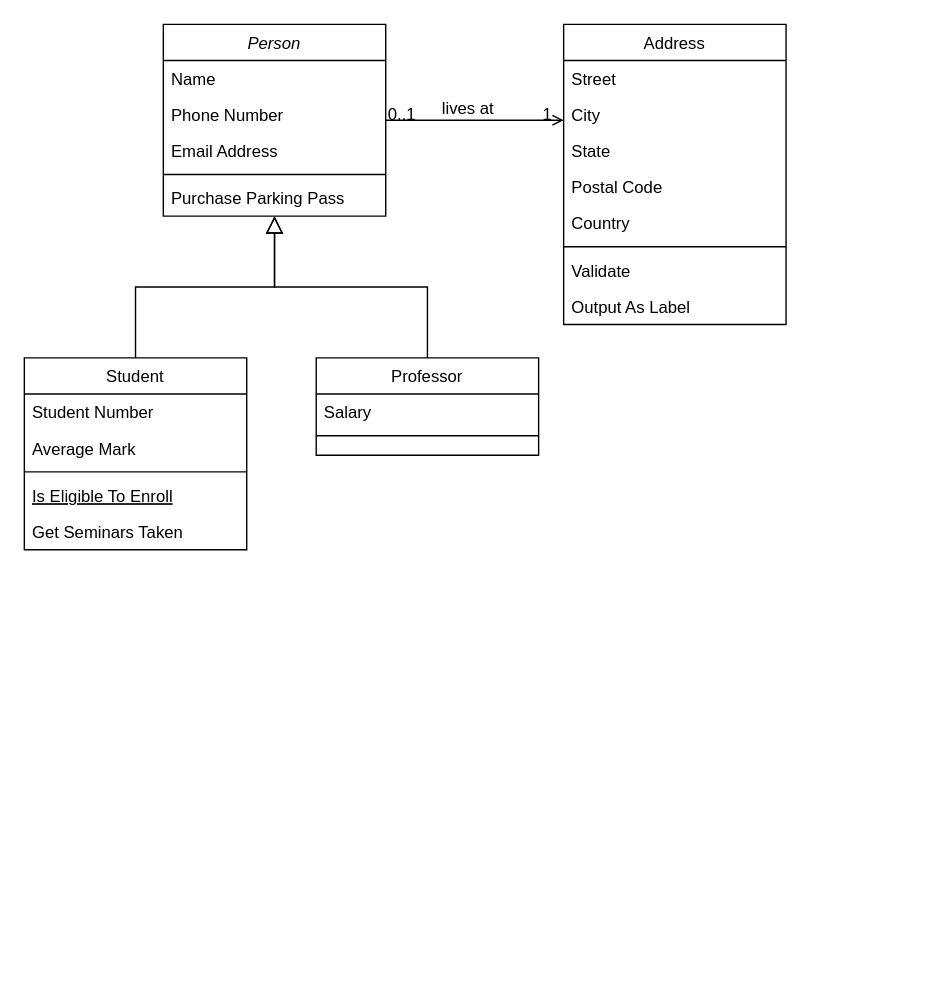
Earlier version of the draw.io diagram Diagrama_pf_movweb.drawio (lourdesvaca/ProgramacionAplicacionesMovilesI-20241). Source tidied: cells renumbered, new cells numbered last; positions are measured from the earlier drawing's top-left corner, leaving out a move shared by most shapes. Both pictures are drawn from the tidied source at 139%, with x=0, y=0 at pixel (24, 24).
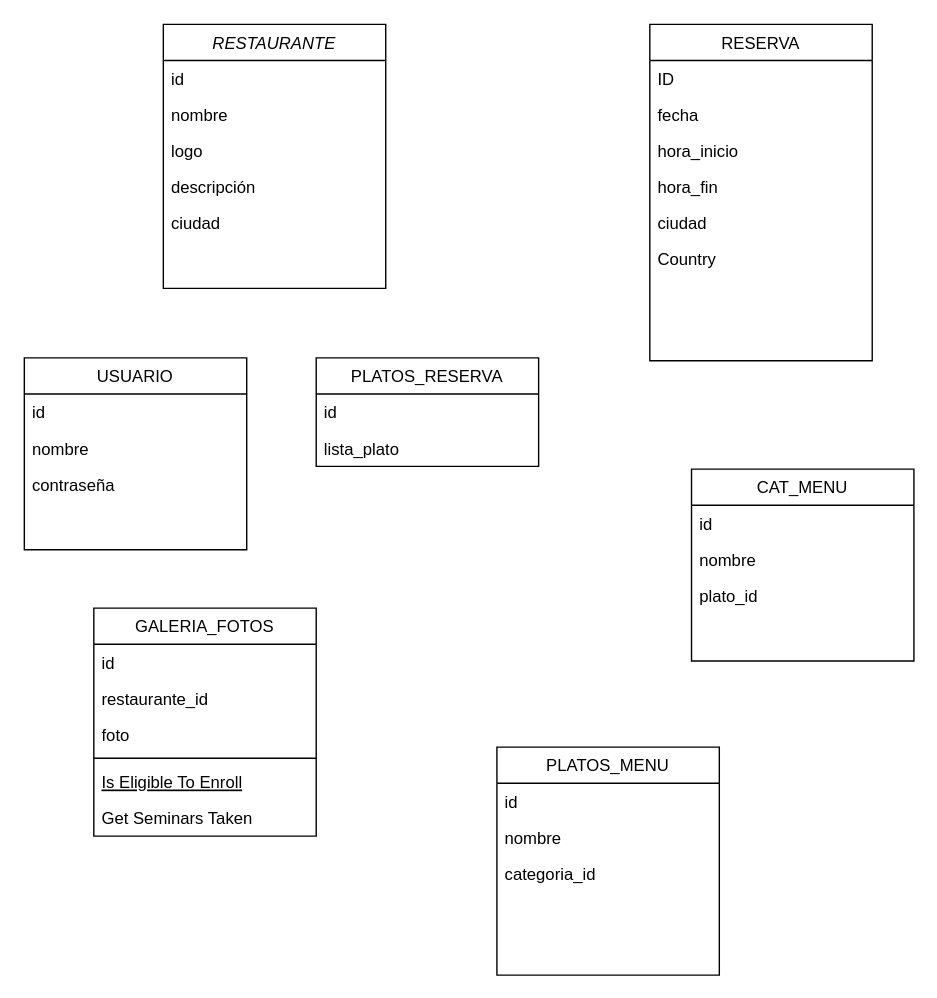
The same page after the edit.

Change to the diagram source:
```diff
@@
-    <mxCell id="2" value="Person" style="swimlane;fontStyle=2;align=center;verticalAlign=top;horizontal=1;startSize=26;rounded=0;shadow=0;strokeWidth=1;" parent="1" vertex="1">
-      <mxGeometry x="100" width="160" height="138" as="geometry" />
+    <mxCell id="2" value="RESTAURANTE" style="swimlane;fontStyle=2;align=center;verticalAlign=top;horizontal=1;startSize=26;rounded=0;shadow=0;strokeWidth=1;" parent="1" vertex="1">
+      <mxGeometry x="100" width="160" height="190" as="geometry" />
     </mxCell>
-    <mxCell id="3" value="Name" style="text;align=left;verticalAlign=top;spacingLeft=4;spacingRight=4;overflow=hidden;" parent="2" vertex="1">
+    <mxCell id="3" value="id" style="text;align=left;verticalAlign=top;spacingLeft=4;spacingRight=4;overflow=hidden;" parent="2" vertex="1">
       <mxGeometry y="26" width="160" height="26" as="geometry" />
     </mxCell>
+    <mxCell id="32" value="nombre" style="text;align=left;verticalAlign=top;spacingLeft=4;spacingRight=4;overflow=hidden;rounded=0;shadow=0;html=0;" parent="2" vertex="1">
+      <mxGeometry y="52" width="160" height="26" as="geometry" />
+    </mxCell>
+    <mxCell id="33" value="logo" style="text;align=left;verticalAlign=top;spacingLeft=4;spacingRight=4;overflow=hidden;rounded=0;shadow=0;html=0;" parent="2" vertex="1">
+      <mxGeometry y="78" width="160" height="26" as="geometry" />
+    </mxCell>
-    <mxCell id="4" value="Phone Number" style="text;align=left;verticalAlign=top;spacingLeft=4;spacingRight=4;overflow=hidden;rounded=0;shadow=0;html=0;" parent="2" vertex="1">
-      <mxGeometry y="52" width="160" height="26" as="geometry" />
+    <mxCell id="4" value="descripción" style="text;align=left;verticalAlign=top;spacingLeft=4;spacingRight=4;overflow=hidden;rounded=0;shadow=0;html=0;" parent="2" vertex="1">
+      <mxGeometry y="104" width="160" height="26" as="geometry" />
     </mxCell>
-    <mxCell id="5" value="Email Address" style="text;align=left;verticalAlign=top;spacingLeft=4;spacingRight=4;overflow=hidden;rounded=0;shadow=0;html=0;" parent="2" vertex="1">
-      <mxGeometry y="78" width="160" height="26" as="geometry" />
+    <mxCell id="5" value="ciudad" style="text;align=left;verticalAlign=top;spacingLeft=4;spacingRight=4;overflow=hidden;rounded=0;shadow=0;html=0;" parent="2" vertex="1">
+      <mxGeometry y="130" width="160" height="26" as="geometry" />
     </mxCell>
-    <mxCell id="6" style="line;html=1;strokeWidth=1;align=left;verticalAlign=middle;spacingTop=-1;spacingLeft=3;spacingRight=3;labelPosition=right;" parent="2" vertex="1">
-      <mxGeometry y="104" width="160" height="8" as="geometry" />
-    </mxCell>
-    <mxCell id="7" value="Purchase Parking Pass" style="text;align=left;verticalAlign=top;spacingLeft=4;spacingRight=4;overflow=hidden;" parent="2" vertex="1">
-      <mxGeometry y="112" width="160" height="26" as="geometry" />
-    </mxCell>
-    <mxCell id="8" value="Student" style="swimlane;fontStyle=0;align=center;verticalAlign=top;horizontal=1;startSize=26;rounded=0;shadow=0;strokeWidth=1;" parent="1" vertex="1">
+    <mxCell id="8" value="USUARIO" style="swimlane;fontStyle=0;align=center;verticalAlign=top;horizontal=1;startSize=26;rounded=0;shadow=0;strokeWidth=1;" parent="1" vertex="1">
       <mxGeometry y="240" width="160" height="138" as="geometry" />
     </mxCell>
-    <mxCell id="9" value="Student Number" style="text;align=left;verticalAlign=top;spacingLeft=4;spacingRight=4;overflow=hidden;" parent="8" vertex="1">
+    <mxCell id="9" value="id" style="text;align=left;verticalAlign=top;spacingLeft=4;spacingRight=4;overflow=hidden;" parent="8" vertex="1">
       <mxGeometry y="26" width="160" height="26" as="geometry" />
     </mxCell>
-    <mxCell id="10" value="Average Mark" style="text;align=left;verticalAlign=top;spacingLeft=4;spacingRight=4;overflow=hidden;rounded=0;shadow=0;html=0;" parent="8" vertex="1">
+    <mxCell id="10" value="nombre" style="text;align=left;verticalAlign=top;spacingLeft=4;spacingRight=4;overflow=hidden;rounded=0;shadow=0;html=0;" parent="8" vertex="1">
       <mxGeometry y="52" width="160" height="26" as="geometry" />
     </mxCell>
-    <mxCell id="11" style="line;html=1;strokeWidth=1;align=left;verticalAlign=middle;spacingTop=-1;spacingLeft=3;spacingRight=3;labelPosition=right;" parent="8" vertex="1">
-      <mxGeometry y="78" width="160" height="8" as="geometry" />
-    </mxCell>
-    <mxCell id="12" value="Is Eligible To Enroll" style="text;align=left;verticalAlign=top;spacingLeft=4;spacingRight=4;overflow=hidden;fontStyle=4;" parent="8" vertex="1">
-      <mxGeometry y="86" width="160" height="26" as="geometry" />
+    <mxCell id="12" value="contraseña" style="text;align=left;verticalAlign=top;spacingLeft=4;spacingRight=4;overflow=hidden;fontStyle=0;" parent="8" vertex="1">
+      <mxGeometry y="78" width="160" height="26" as="geometry" />
     </mxCell>
-    <mxCell id="13" value="Get Seminars Taken" style="text;align=left;verticalAlign=top;spacingLeft=4;spacingRight=4;overflow=hidden;" parent="8" vertex="1">
-      <mxGeometry y="112" width="160" height="26" as="geometry" />
-    </mxCell>
-    <mxCell id="14" style="endArrow=block;endSize=10;endFill=0;shadow=0;strokeWidth=1;rounded=0;curved=0;edgeStyle=elbowEdgeStyle;elbow=vertical;" parent="1" edge="1" source="8" target="2">
-      <mxGeometry relative="1" as="geometry" />
-    </mxCell>
-    <mxCell id="15" value="Professor" style="swimlane;fontStyle=0;align=center;verticalAlign=top;horizontal=1;startSize=26;rounded=0;shadow=0;strokeWidth=1;" parent="1" vertex="1">
-      <mxGeometry x="210" y="240" width="160" height="70" as="geometry" />
+    <mxCell id="15" value="PLATOS_RESERVA" style="swimlane;fontStyle=0;align=center;verticalAlign=top;horizontal=1;startSize=26;rounded=0;shadow=0;strokeWidth=1;" parent="1" vertex="1">
+      <mxGeometry x="210" y="240" width="160" height="78" as="geometry" />
     </mxCell>
-    <mxCell id="16" value="Salary" style="text;align=left;verticalAlign=top;spacingLeft=4;spacingRight=4;overflow=hidden;" parent="15" vertex="1">
+    <mxCell id="16" value="id" style="text;align=left;verticalAlign=top;spacingLeft=4;spacingRight=4;overflow=hidden;" parent="15" vertex="1">
       <mxGeometry y="26" width="160" height="26" as="geometry" />
     </mxCell>
-    <mxCell id="17" style="line;html=1;strokeWidth=1;align=left;verticalAlign=middle;spacingTop=-1;spacingLeft=3;spacingRight=3;labelPosition=right;" parent="15" vertex="1">
-      <mxGeometry y="52" width="160" height="8" as="geometry" />
-    </mxCell>
-    <mxCell id="18" style="endArrow=block;endSize=10;endFill=0;shadow=0;strokeWidth=1;rounded=0;curved=0;edgeStyle=elbowEdgeStyle;elbow=vertical;" parent="1" edge="1" source="15" target="2">
-      <mxGeometry relative="1" as="geometry" />
-    </mxCell>
+    <mxCell id="34" value="lista_plato" style="text;align=left;verticalAlign=top;spacingLeft=4;spacingRight=4;overflow=hidden;" parent="15" vertex="1">
+      <mxGeometry y="52" width="160" height="26" as="geometry" />
+    </mxCell>
-    <mxCell id="19" value="Address" style="swimlane;fontStyle=0;align=center;verticalAlign=top;horizontal=1;startSize=26;rounded=0;shadow=0;strokeWidth=1;" parent="1" vertex="1">
-      <mxGeometry x="388" width="160" height="216" as="geometry" />
+    <mxCell id="19" value="RESERVA" style="swimlane;fontStyle=0;align=center;verticalAlign=top;horizontal=1;startSize=26;rounded=0;shadow=0;strokeWidth=1;" parent="1" vertex="1">
+      <mxGeometry x="450" width="160" height="242" as="geometry" />
     </mxCell>
-    <mxCell id="20" value="Street" style="text;align=left;verticalAlign=top;spacingLeft=4;spacingRight=4;overflow=hidden;" parent="19" vertex="1">
+    <mxCell id="20" value="ID" style="text;align=left;verticalAlign=top;spacingLeft=4;spacingRight=4;overflow=hidden;" parent="19" vertex="1">
       <mxGeometry y="26" width="160" height="26" as="geometry" />
     </mxCell>
-    <mxCell id="21" value="City" style="text;align=left;verticalAlign=top;spacingLeft=4;spacingRight=4;overflow=hidden;rounded=0;shadow=0;html=0;" parent="19" vertex="1">
+    <mxCell id="21" value="fecha" style="text;align=left;verticalAlign=top;spacingLeft=4;spacingRight=4;overflow=hidden;rounded=0;shadow=0;html=0;" parent="19" vertex="1">
       <mxGeometry y="52" width="160" height="26" as="geometry" />
     </mxCell>
-    <mxCell id="22" value="State" style="text;align=left;verticalAlign=top;spacingLeft=4;spacingRight=4;overflow=hidden;rounded=0;shadow=0;html=0;" parent="19" vertex="1">
+    <mxCell id="22" value="hora_inicio" style="text;align=left;verticalAlign=top;spacingLeft=4;spacingRight=4;overflow=hidden;rounded=0;shadow=0;html=0;" parent="19" vertex="1">
       <mxGeometry y="78" width="160" height="26" as="geometry" />
     </mxCell>
+    <mxCell id="35" value="hora_fin" style="text;align=left;verticalAlign=top;spacingLeft=4;spacingRight=4;overflow=hidden;rounded=0;shadow=0;html=0;" parent="19" vertex="1">
+      <mxGeometry y="104" width="160" height="26" as="geometry" />
+    </mxCell>
-    <mxCell id="23" value="Postal Code" style="text;align=left;verticalAlign=top;spacingLeft=4;spacingRight=4;overflow=hidden;rounded=0;shadow=0;html=0;" parent="19" vertex="1">
-      <mxGeometry y="104" width="160" height="26" as="geometry" />
+    <mxCell id="23" value="ciudad" style="text;align=left;verticalAlign=top;spacingLeft=4;spacingRight=4;overflow=hidden;rounded=0;shadow=0;html=0;" parent="19" vertex="1">
+      <mxGeometry y="130" width="160" height="26" as="geometry" />
     </mxCell>
     <mxCell id="24" value="Country" style="text;align=left;verticalAlign=top;spacingLeft=4;spacingRight=4;overflow=hidden;rounded=0;shadow=0;html=0;" parent="19" vertex="1">
-      <mxGeometry y="130" width="160" height="26" as="geometry" />
+      <mxGeometry y="156" width="160" height="26" as="geometry" />
     </mxCell>
-    <mxCell id="25" style="line;html=1;strokeWidth=1;align=left;verticalAlign=middle;spacingTop=-1;spacingLeft=3;spacingRight=3;labelPosition=right;" parent="19" vertex="1">
-      <mxGeometry y="156" width="160" height="8" as="geometry" />
-    </mxCell>
-    <mxCell id="26" value="Validate" style="text;align=left;verticalAlign=top;spacingLeft=4;spacingRight=4;overflow=hidden;" parent="19" vertex="1">
-      <mxGeometry y="164" width="160" height="26" as="geometry" />
-    </mxCell>
-    <mxCell id="27" value="Output As Label" style="text;align=left;verticalAlign=top;spacingLeft=4;spacingRight=4;overflow=hidden;" parent="19" vertex="1">
-      <mxGeometry y="190" width="160" height="26" as="geometry" />
-    </mxCell>
-    <mxCell id="28" style="endArrow=open;shadow=0;strokeWidth=1;rounded=0;curved=0;endFill=1;edgeStyle=elbowEdgeStyle;elbow=vertical;" parent="1" edge="1" source="2" target="19">
-      <mxGeometry x="0.5" y="41" relative="1" as="geometry">
-        <mxPoint x="-40" y="32" as="offset" />
-      </mxGeometry>
-    </mxCell>
-    <mxCell id="29" value="0..1" style="align=left;verticalAlign=bottom;labelBackgroundColor=none;fontSize=12;" parent="28" vertex="1">
-      <mxGeometry x="-1" relative="1" as="geometry">
-        <mxPoint y="4" as="offset" />
-      </mxGeometry>
-    </mxCell>
-    <mxCell id="30" value="1" style="align=right;verticalAlign=bottom;labelBackgroundColor=none;fontSize=12;" parent="28" vertex="1">
-      <mxGeometry x="1" relative="1" as="geometry">
-        <mxPoint x="-7" y="4" as="offset" />
-      </mxGeometry>
-    </mxCell>
-    <mxCell id="31" value="lives at" style="text;html=1;align=center;verticalAlign=middle;labelBackgroundColor=none;rounded=0;shadow=0;strokeWidth=1;fontSize=12;" parent="28" vertex="1">
-      <mxGeometry x="0.5" y="49" relative="1" as="geometry">
-        <mxPoint x="-38" y="40" as="offset" />
-      </mxGeometry>
-    </mxCell>
+    <mxCell id="36" value="GALERIA_FOTOS" style="swimlane;fontStyle=0;align=center;verticalAlign=top;horizontal=1;startSize=26;rounded=0;shadow=0;strokeWidth=1;" parent="1" vertex="1">
+      <mxGeometry x="50" y="420" width="160" height="164" as="geometry" />
+    </mxCell>
+    <mxCell id="37" value="id" style="text;align=left;verticalAlign=top;spacingLeft=4;spacingRight=4;overflow=hidden;" parent="36" vertex="1">
+      <mxGeometry y="26" width="160" height="26" as="geometry" />
+    </mxCell>
+    <mxCell id="38" value="restaurante_id" style="text;align=left;verticalAlign=top;spacingLeft=4;spacingRight=4;overflow=hidden;rounded=0;shadow=0;html=0;" parent="36" vertex="1">
+      <mxGeometry y="52" width="160" height="26" as="geometry" />
+    </mxCell>
+    <mxCell id="39" value="foto" style="text;align=left;verticalAlign=top;spacingLeft=4;spacingRight=4;overflow=hidden;rounded=0;shadow=0;html=0;" parent="36" vertex="1">
+      <mxGeometry y="78" width="160" height="26" as="geometry" />
+    </mxCell>
+    <mxCell id="6" style="line;html=1;strokeWidth=1;align=left;verticalAlign=middle;spacingTop=-1;spacingLeft=3;spacingRight=3;labelPosition=right;" parent="36" vertex="1">
+      <mxGeometry y="104" width="160" height="8" as="geometry" />
+    </mxCell>
+    <mxCell id="40" value="Is Eligible To Enroll" style="text;align=left;verticalAlign=top;spacingLeft=4;spacingRight=4;overflow=hidden;fontStyle=4;" parent="36" vertex="1">
+      <mxGeometry y="112" width="160" height="26" as="geometry" />
+    </mxCell>
+    <mxCell id="13" value="Get Seminars Taken" style="text;align=left;verticalAlign=top;spacingLeft=4;spacingRight=4;overflow=hidden;" parent="36" vertex="1">
+      <mxGeometry y="138" width="160" height="26" as="geometry" />
+    </mxCell>
+    <mxCell id="41" value="CAT_MENU" style="swimlane;fontStyle=0;align=center;verticalAlign=top;horizontal=1;startSize=26;rounded=0;shadow=0;strokeWidth=1;" parent="1" vertex="1">
+      <mxGeometry x="480" y="320" width="160" height="138" as="geometry" />
+    </mxCell>
+    <mxCell id="42" value="id" style="text;align=left;verticalAlign=top;spacingLeft=4;spacingRight=4;overflow=hidden;" parent="41" vertex="1">
+      <mxGeometry y="26" width="160" height="26" as="geometry" />
+    </mxCell>
+    <mxCell id="43" value="nombre" style="text;align=left;verticalAlign=top;spacingLeft=4;spacingRight=4;overflow=hidden;rounded=0;shadow=0;html=0;" parent="41" vertex="1">
+      <mxGeometry y="52" width="160" height="26" as="geometry" />
+    </mxCell>
+    <mxCell id="44" value="plato_id" style="text;align=left;verticalAlign=top;spacingLeft=4;spacingRight=4;overflow=hidden;" parent="41" vertex="1">
+      <mxGeometry y="78" width="160" height="26" as="geometry" />
+    </mxCell>
+    <mxCell id="45" value="PLATOS_MENU" style="swimlane;fontStyle=0;align=center;verticalAlign=top;horizontal=1;startSize=26;rounded=0;shadow=0;strokeWidth=1;" parent="1" vertex="1">
+      <mxGeometry x="340" y="520" width="160" height="164" as="geometry" />
+    </mxCell>
+    <mxCell id="46" value="id" style="text;align=left;verticalAlign=top;spacingLeft=4;spacingRight=4;overflow=hidden;" parent="45" vertex="1">
+      <mxGeometry y="26" width="160" height="26" as="geometry" />
+    </mxCell>
+    <mxCell id="47" value="nombre" style="text;align=left;verticalAlign=top;spacingLeft=4;spacingRight=4;overflow=hidden;rounded=0;shadow=0;html=0;" parent="45" vertex="1">
+      <mxGeometry y="52" width="160" height="26" as="geometry" />
+    </mxCell>
+    <mxCell id="48" value="categoria_id" style="text;align=left;verticalAlign=top;spacingLeft=4;spacingRight=4;overflow=hidden;rounded=0;shadow=0;html=0;" parent="45" vertex="1">
+      <mxGeometry y="78" width="160" height="26" as="geometry" />
+    </mxCell>
```
